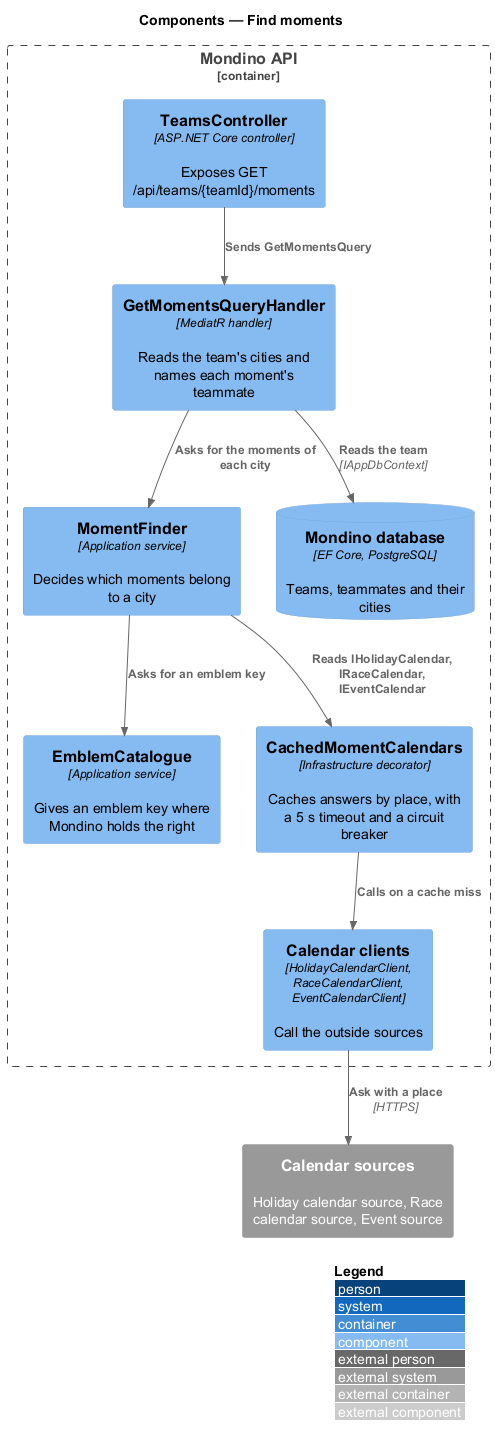
Above: docs/detailed-designs/moments/find-moments/diagrams/c4-component.png in QuinntyneBrown/Mondino (PlantUML), before the change.
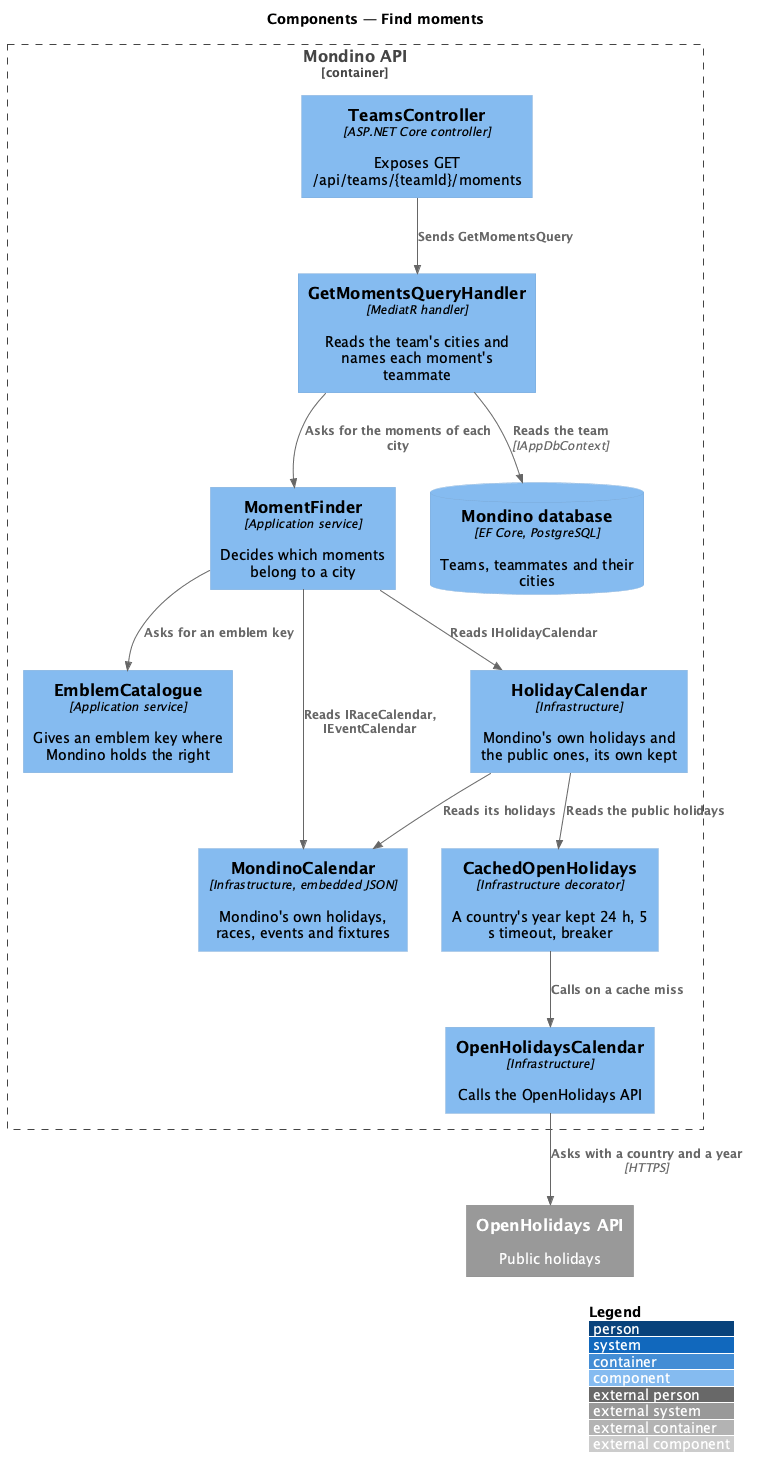
After the change.

What changed in the source:
```diff
@@ -8,17 +8,22 @@
   Component(handler, "GetMomentsQueryHandler", "MediatR handler", "Reads the team's cities and names each moment's teammate")
   Component(finder, "MomentFinder", "Application service", "Decides which moments belong to a city")
   Component(emblems, "EmblemCatalogue", "Application service", "Gives an emblem key where Mondino holds the right")
-  Component(cache, "CachedMomentCalendars", "Infrastructure decorator", "Caches answers by place, with a 5 s timeout and a circuit breaker")
-  Component(clients, "Calendar clients", "HolidayCalendarClient, RaceCalendarClient, EventCalendarClient", "Call the outside sources")
+  Component(own, "MondinoCalendar", "Infrastructure, embedded JSON", "Mondino's own holidays, races, events and fixtures")
+  Component(holidays, "HolidayCalendar", "Infrastructure", "Mondino's own holidays and the public ones, its own kept")
+  Component(cache, "CachedOpenHolidays", "Infrastructure decorator", "A country's year kept 24 h, 5 s timeout, breaker")
+  Component(client, "OpenHolidaysCalendar", "Infrastructure", "Calls the OpenHolidays API")
   ComponentDb(db, "Mondino database", "EF Core, PostgreSQL", "Teams, teammates and their cities")
 }
-System_Ext(sources, "Calendar sources", "Holiday calendar source, Race calendar source, Event source")
+System_Ext(source, "OpenHolidays API", "Public holidays")
 
 Rel(ctrl, handler, "Sends GetMomentsQuery")
 Rel(handler, db, "Reads the team", "IAppDbContext")
 Rel(handler, finder, "Asks for the moments of each city")
-Rel(finder, cache, "Reads IHolidayCalendar, IRaceCalendar, IEventCalendar")
+Rel(finder, holidays, "Reads IHolidayCalendar")
+Rel(finder, own, "Reads IRaceCalendar, IEventCalendar")
+Rel(holidays, own, "Reads its holidays")
+Rel(holidays, cache, "Reads the public holidays")
 Rel(finder, emblems, "Asks for an emblem key")
-Rel(cache, clients, "Calls on a cache miss")
-Rel(clients, sources, "Ask with a place", "HTTPS")
+Rel(cache, client, "Calls on a cache miss")
+Rel(client, source, "Asks with a country and a year", "HTTPS")
 @enduml
```
